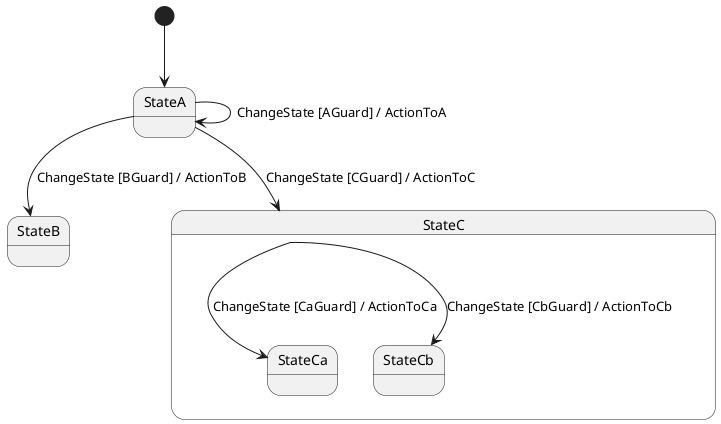
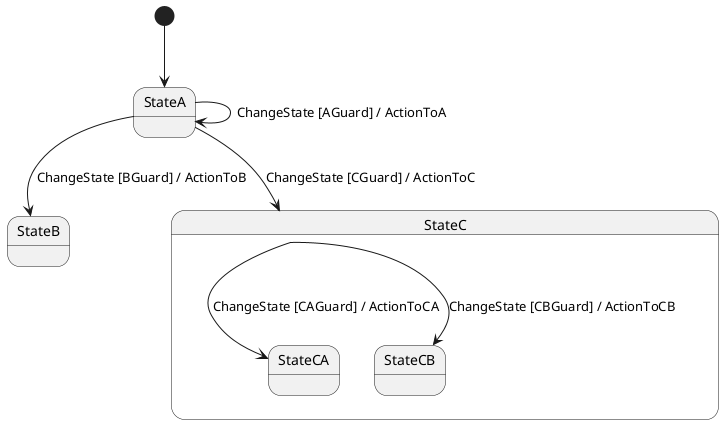
@startuml Guards

[*] --> StateA

' Multiple transitions for same event with guards
StateA --> StateA : ChangeState [AGuard] / ActionToA
StateA --> StateB : ChangeState [BGuard] / ActionToB
StateA --> StateC : ChangeState [CGuard] / ActionToC

'
state StateC {
-     StateC --> StateCa : ChangeState [CaGuard] / ActionToCa
-     StateC --> StateCb : ChangeState [CbGuard] / ActionToCb
+     StateC --> StateCA : ChangeState [CAGuard] / ActionToCA
+     StateC --> StateCB : ChangeState [CBGuard] / ActionToCB
}

@enduml
